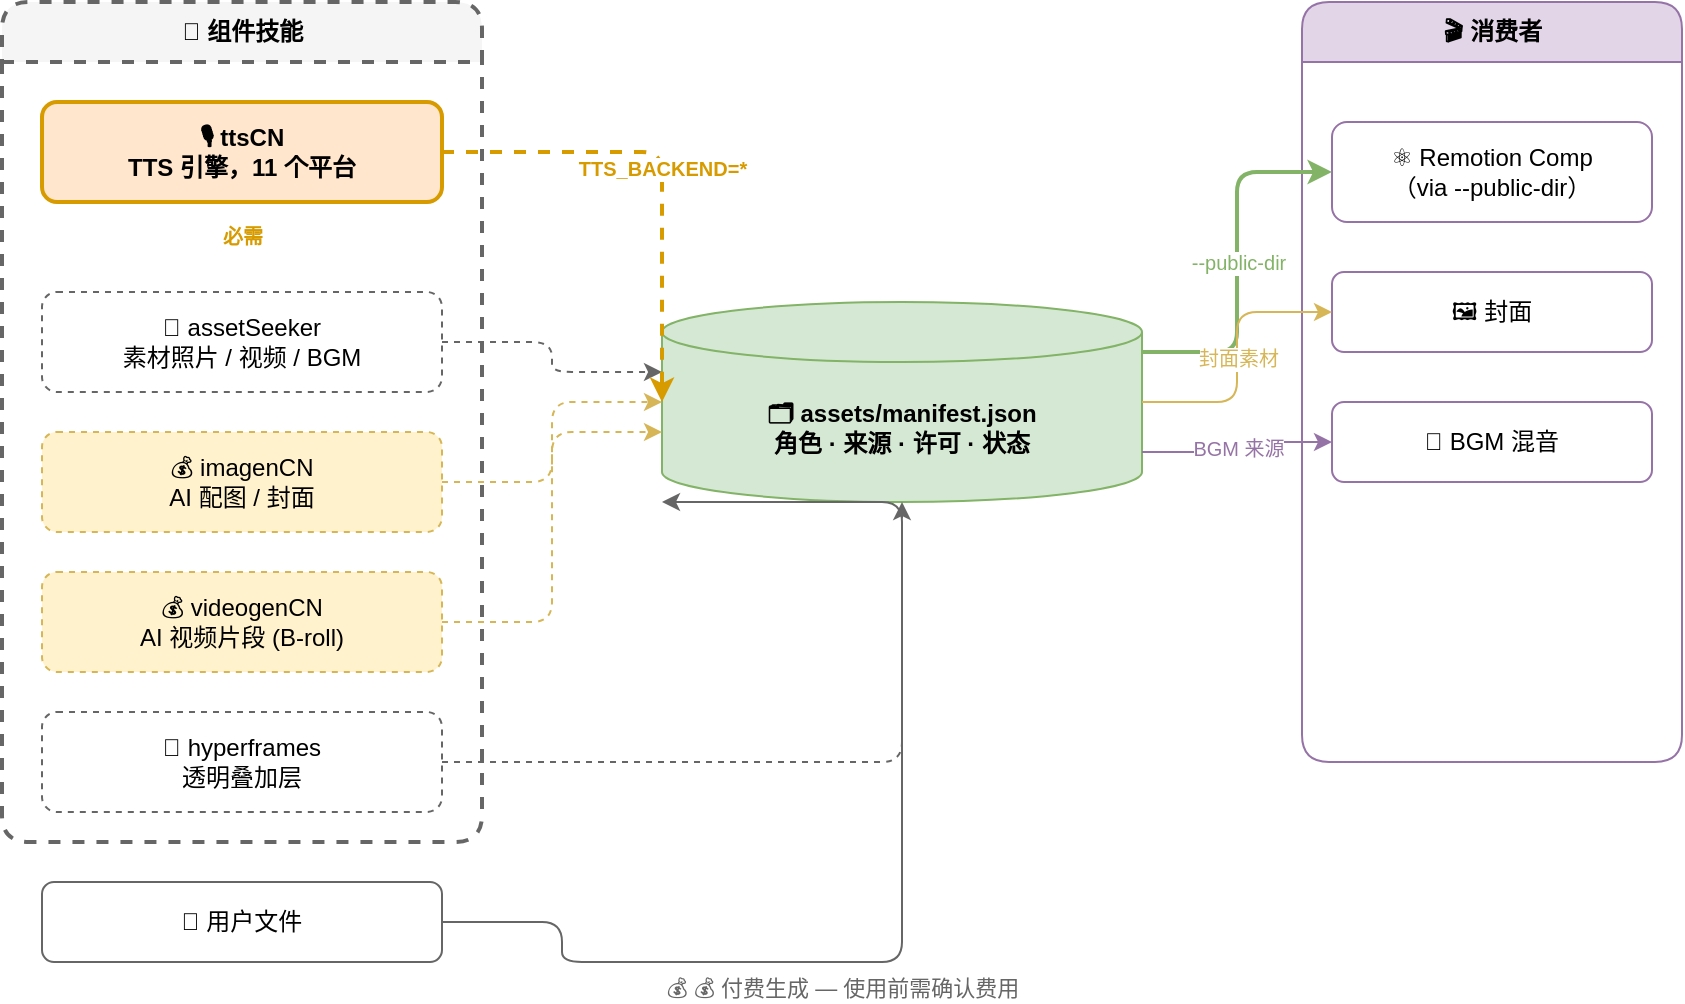
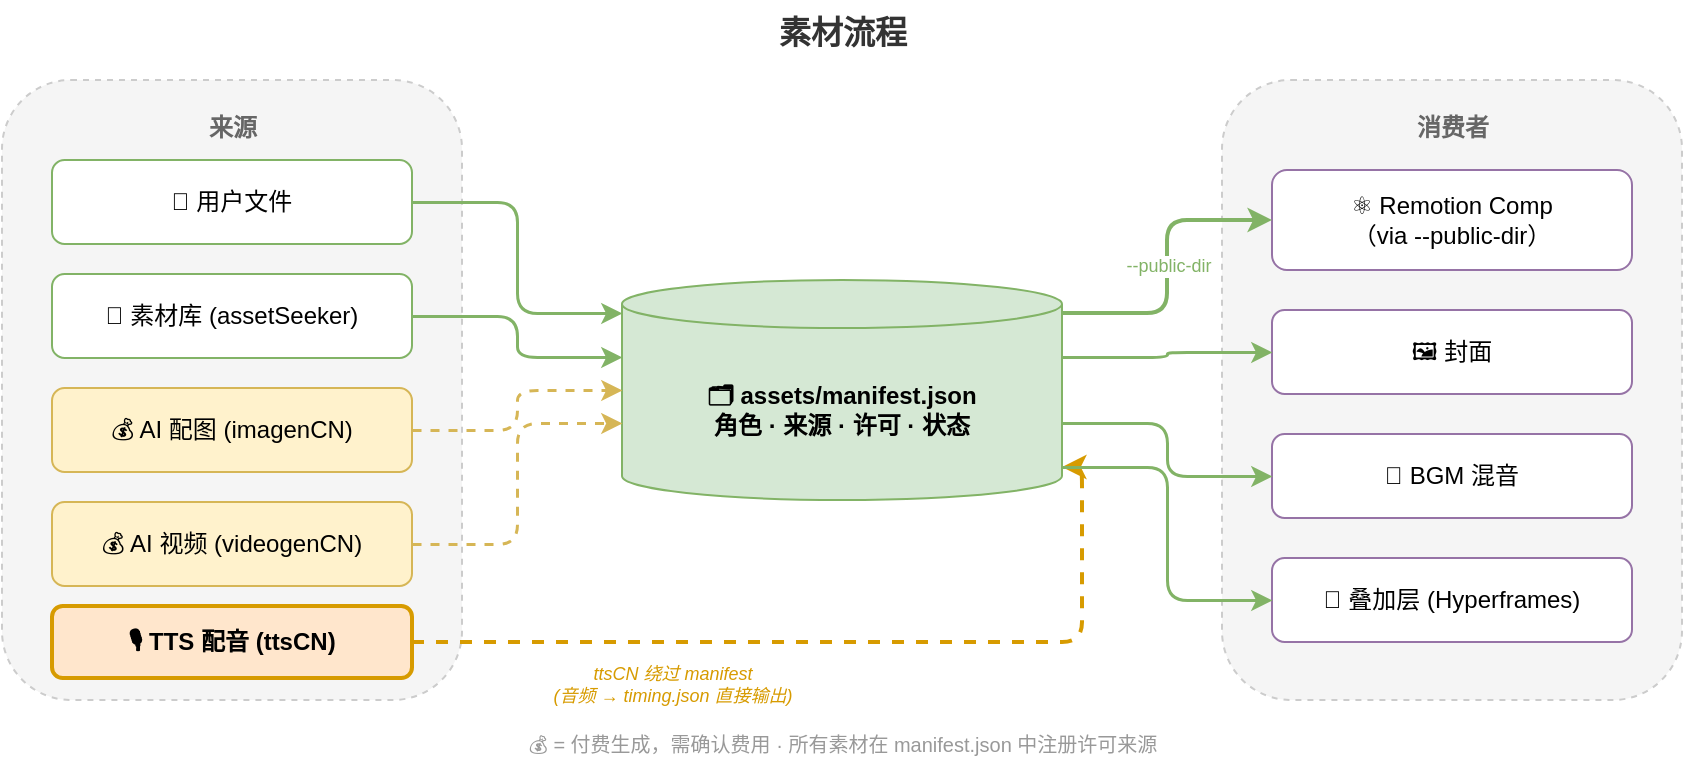
<?xml version="1.0" encoding="UTF-8"?>
<mxfile host="drawio" version="30.2.6">
-   <diagram name="assets">
-     <mxGraphModel dx="900" dy="550" grid="1" gridSize="10" page="1" pageWidth="900" pageHeight="550">
+   <diagram name="flow">
+     <mxGraphModel dx="900" dy="400" grid="1" gridSize="10" page="1" pageWidth="900" pageHeight="400">
      <root>
        <mxCell id="0" />
        <mxCell id="1" parent="0" />

-         <!-- Producers (left) -->
-         <mxCell id="producers" value="🧩 组件技能" style="swimlane;startSize=30;html=1;rounded=1;fillColor=#f5f5f5;strokeColor=#666666;fontStyle=1;dashed=1;strokeWidth=2;" vertex="1" parent="1">
-           <mxGeometry x="30" y="40" width="240" height="420" as="geometry" />
+         <!-- Title -->
+         <mxCell id="title" value="素材流程" style="text;html=1;align=center;fontSize=16;fontStyle=1;fontColor=#333333;" vertex="1" parent="1">
+           <mxGeometry x="300" y="15" width="300" height="30" as="geometry" />
        </mxCell>

-         <!-- ttsCN (REQUIRED, solid) -->
-         <mxCell id="p_ttscn" value="🎙️ ttsCN&#xa;TTS 引擎，11 个平台" style="rounded=1;whiteSpace=wrap;html=1;fillColor=#ffe6cc;strokeColor=#d79b00;strokeWidth=2;fontStyle=1;" vertex="1" parent="producers">
-           <mxGeometry x="20" y="50" width="200" height="50" as="geometry" />
+         <!-- Column 1: Sources -->
+         <mxCell id="sources_bg" value="" style="rounded=1;whiteSpace=wrap;html=1;fillColor=#f5f5f5;strokeColor=#cccccc;dashed=1;" vertex="1" parent="1">
+           <mxGeometry x="30" y="55" width="230" height="310" as="geometry" />
        </mxCell>
-         <mxCell id="p_ttscn_tag" value="必需" style="text;html=1;align=center;fontSize=10;fontColor=#d79b00;fontStyle=1;" vertex="1" parent="producers">
-           <mxGeometry x="20" y="105" width="200" height="16" as="geometry" />
+         <mxCell id="src_label" value="来源" style="text;html=1;align=center;fontSize=12;fontStyle=1;fontColor=#666666;" vertex="1" parent="1">
+           <mxGeometry x="80" y="65" width="130" height="20" as="geometry" />
        </mxCell>

-         <!-- Optional producers -->
-         <mxCell id="p_seeker" value="🔎 assetSeeker&#xa;素材照片 / 视频 / BGM" style="rounded=1;whiteSpace=wrap;html=1;fillColor=#ffffff;strokeColor=#666666;dashed=1;" vertex="1" parent="producers">
-           <mxGeometry x="20" y="145" width="200" height="50" as="geometry" />
+         <mxCell id="src_user" value="📁 用户文件" style="rounded=1;whiteSpace=wrap;html=1;fillColor=#ffffff;strokeColor=#82b366;fontSize=12;" vertex="1" parent="1">
+           <mxGeometry x="55" y="95" width="180" height="42" as="geometry" />
        </mxCell>
-         <mxCell id="p_imagen" value="💰 imagenCN&#xa;AI 配图 / 封面" style="rounded=1;whiteSpace=wrap;html=1;fillColor=#fff2cc;strokeColor=#d6b656;dashed=1;" vertex="1" parent="producers">
-           <mxGeometry x="20" y="215" width="200" height="50" as="geometry" />
+         <mxCell id="src_seeker" value="🔎 素材库 (assetSeeker)" style="rounded=1;whiteSpace=wrap;html=1;fillColor=#ffffff;strokeColor=#82b366;fontSize=12;" vertex="1" parent="1">
+           <mxGeometry x="55" y="152" width="180" height="42" as="geometry" />
        </mxCell>
-         <mxCell id="p_videogen" value="💰 videogenCN&#xa;AI 视频片段 (B-roll)" style="rounded=1;whiteSpace=wrap;html=1;fillColor=#fff2cc;strokeColor=#d6b656;dashed=1;" vertex="1" parent="producers">
-           <mxGeometry x="20" y="285" width="200" height="50" as="geometry" />
+         <mxCell id="src_imagen" value="💰 AI 配图 (imagenCN)" style="rounded=1;whiteSpace=wrap;html=1;fillColor=#fff2cc;strokeColor=#d6b656;fontSize=12;" vertex="1" parent="1">
+           <mxGeometry x="55" y="209" width="180" height="42" as="geometry" />
        </mxCell>
-         <mxCell id="p_hyper" value="🌈 hyperframes&#xa;透明叠加层" style="rounded=1;whiteSpace=wrap;html=1;fillColor=#ffffff;strokeColor=#666666;dashed=1;" vertex="1" parent="producers">
-           <mxGeometry x="20" y="355" width="200" height="50" as="geometry" />
+         <mxCell id="src_videogen" value="💰 AI 视频 (videogenCN)" style="rounded=1;whiteSpace=wrap;html=1;fillColor=#fff2cc;strokeColor=#d6b656;fontSize=12;" vertex="1" parent="1">
+           <mxGeometry x="55" y="266" width="180" height="42" as="geometry" />
+         </mxCell>
+         <mxCell id="src_ttscn" value="🎙️ TTS 配音 (ttsCN)" style="rounded=1;whiteSpace=wrap;html=1;fillColor=#ffe6cc;strokeColor=#d79b00;strokeWidth=2;fontSize=12;fontStyle=1;" vertex="1" parent="1">
+           <mxGeometry x="55" y="318" width="180" height="36" as="geometry" />
        </mxCell>

-         <!-- Also user files -->
-         <mxCell id="p_user" value="📁 用户文件" style="rounded=1;whiteSpace=wrap;html=1;fillColor=#ffffff;strokeColor=#666666;" vertex="1" parent="1">
-           <mxGeometry x="50" y="480" width="200" height="40" as="geometry" />
+         <!-- Column 2: Manifest -->
+         <mxCell id="manifest" value="🗂️ assets/manifest.json&#xa;角色 · 来源 · 许可 · 状态" style="shape=cylinder3;whiteSpace=wrap;html=1;fillColor=#d5e8d4;strokeColor=#82b366;boundedLbl=1;fontStyle=1;size=12;" vertex="1" parent="1">
+           <mxGeometry x="340" y="155" width="220" height="110" as="geometry" />
        </mxCell>

-         <!-- Manifest (center) -->
-         <mxCell id="manifest" value="🗂️ assets/manifest.json&#xa;角色 · 来源 · 许可 · 状态" style="shape=cylinder3;whiteSpace=wrap;html=1;fillColor=#d5e8d4;strokeColor=#82b366;boundedLbl=1;fontStyle=1;size=15;" vertex="1" parent="1">
-           <mxGeometry x="360" y="190" width="240" height="100" as="geometry" />
+         <!-- Column 3: Consumers -->
+         <mxCell id="cons_bg" value="" style="rounded=1;whiteSpace=wrap;html=1;fillColor=#f5f5f5;strokeColor=#cccccc;dashed=1;" vertex="1" parent="1">
+           <mxGeometry x="640" y="55" width="230" height="310" as="geometry" />
+         </mxCell>
+         <mxCell id="cons_label" value="消费者" style="text;html=1;align=center;fontSize=12;fontStyle=1;fontColor=#666666;" vertex="1" parent="1">
+           <mxGeometry x="690" y="65" width="130" height="20" as="geometry" />
        </mxCell>

-         <!-- Consumers (right) -->
-         <mxCell id="consumers" value="🎬 消费者" style="swimlane;startSize=30;html=1;rounded=1;fillColor=#e1d5e7;strokeColor=#9673a6;fontStyle=1;" vertex="1" parent="1">
-           <mxGeometry x="680" y="40" width="190" height="380" as="geometry" />
+         <mxCell id="cons_remotion" value="⚛️ Remotion Comp&#xa;（via --public-dir）" style="rounded=1;whiteSpace=wrap;html=1;fillColor=#ffffff;strokeColor=#9673a6;fontSize=12;" vertex="1" parent="1">
+           <mxGeometry x="665" y="100" width="180" height="50" as="geometry" />
        </mxCell>
-         <mxCell id="c_remotion" value="⚛️ Remotion Comp&#xa;（via --public-dir）" style="rounded=1;whiteSpace=wrap;html=1;fillColor=#ffffff;strokeColor=#9673a6;" vertex="1" parent="consumers">
-           <mxGeometry x="15" y="60" width="160" height="50" as="geometry" />
+         <mxCell id="cons_thumb" value="🖼️ 封面" style="rounded=1;whiteSpace=wrap;html=1;fillColor=#ffffff;strokeColor=#9673a6;fontSize=12;" vertex="1" parent="1">
+           <mxGeometry x="665" y="170" width="180" height="42" as="geometry" />
        </mxCell>
-         <mxCell id="c_thumb" value="🖼️ 封面" style="rounded=1;whiteSpace=wrap;html=1;fillColor=#ffffff;strokeColor=#9673a6;" vertex="1" parent="consumers">
-           <mxGeometry x="15" y="135" width="160" height="40" as="geometry" />
+         <mxCell id="cons_bgm" value="🎵 BGM 混音" style="rounded=1;whiteSpace=wrap;html=1;fillColor=#ffffff;strokeColor=#9673a6;fontSize=12;" vertex="1" parent="1">
+           <mxGeometry x="665" y="232" width="180" height="42" as="geometry" />
        </mxCell>
-         <mxCell id="c_bgm" value="🎵 BGM 混音" style="rounded=1;whiteSpace=wrap;html=1;fillColor=#ffffff;strokeColor=#9673a6;" vertex="1" parent="consumers">
-           <mxGeometry x="15" y="200" width="160" height="40" as="geometry" />
+         <mxCell id="cons_overlay" value="🌈 叠加层 (Hyperframes)" style="rounded=1;whiteSpace=wrap;html=1;fillColor=#ffffff;strokeColor=#9673a6;fontSize=12;" vertex="1" parent="1">
+           <mxGeometry x="665" y="294" width="180" height="42" as="geometry" />
        </mxCell>

-         <!-- Producer → manifest arrows (fan-in) -->
-         <mxCell id="ea_seeker" style="edgeStyle=orthogonalEdgeStyle;rounded=1;html=1;exitX=1;exitY=0.5;entryX=0;entryY=0.35;dashed=1;strokeColor=#666666;" edge="1" parent="1" source="p_seeker" target="manifest">
+         <!-- Arrows: Sources → Manifest (fan-in) -->
+         <mxCell id="a1" style="edgeStyle=orthogonalEdgeStyle;rounded=1;html=1;exitX=1;exitY=0.5;entryX=0;entryY=0.15;strokeWidth=1.5;strokeColor=#82b366;" edge="1" parent="1" source="src_user" target="manifest">
          <mxGeometry relative="1" as="geometry" />
        </mxCell>
-         <mxCell id="ea_imagen" style="edgeStyle=orthogonalEdgeStyle;rounded=1;html=1;exitX=1;exitY=0.5;entryX=0;entryY=0.5;dashed=1;strokeColor=#d6b656;" edge="1" parent="1" source="p_imagen" target="manifest">
+         <mxCell id="a2" style="edgeStyle=orthogonalEdgeStyle;rounded=1;html=1;exitX=1;exitY=0.5;entryX=0;entryY=0.35;strokeWidth=1.5;strokeColor=#82b366;" edge="1" parent="1" source="src_seeker" target="manifest">
          <mxGeometry relative="1" as="geometry" />
        </mxCell>
-         <mxCell id="ea_videogen" style="edgeStyle=orthogonalEdgeStyle;rounded=1;html=1;exitX=1;exitY=0.5;entryX=0;entryY=0.65;dashed=1;strokeColor=#d6b656;" edge="1" parent="1" source="p_videogen" target="manifest">
+         <mxCell id="a3" style="edgeStyle=orthogonalEdgeStyle;rounded=1;html=1;exitX=1;exitY=0.5;entryX=0;entryY=0.5;strokeWidth=1.5;strokeColor=#d6b656;dashed=1;" edge="1" parent="1" source="src_imagen" target="manifest">
          <mxGeometry relative="1" as="geometry" />
        </mxCell>
-         <mxCell id="ea_hyper" style="edgeStyle=orthogonalEdgeStyle;rounded=1;html=1;exitX=1;exitY=0.5;entryX=0.5;entryY=1;dashed=1;strokeColor=#666666;" edge="1" parent="1" source="p_hyper" target="manifest">
+         <mxCell id="a4" style="edgeStyle=orthogonalEdgeStyle;rounded=1;html=1;exitX=1;exitY=0.5;entryX=0;entryY=0.65;strokeWidth=1.5;strokeColor=#d6b656;dashed=1;" edge="1" parent="1" source="src_videogen" target="manifest">
          <mxGeometry relative="1" as="geometry" />
        </mxCell>
-         <mxCell id="ea_user" style="edgeStyle=orthogonalEdgeStyle;rounded=1;html=1;exitX=1;exitY=0.5;entryX=0;entryY=1;strokeColor=#666666;" edge="1" parent="1" source="p_user" target="manifest">
-           <mxGeometry relative="1" as="geometry">
-             <Array as="points">
-               <mxPoint x="310" y="500" />
-               <mxPoint x="310" y="520" />
-               <mxPoint x="480" y="520" />
-             </Array>
-           </mxGeometry>
-         </mxCell>
- 
-         <!-- Manifest → consumer arrows (fan-out) -->
-         <mxCell id="ec_remotion" value="--public-dir" style="edgeStyle=orthogonalEdgeStyle;rounded=1;html=1;exitX=1;exitY=0.25;entryX=0;entryY=0.5;strokeWidth=2;strokeColor=#82b366;fontColor=#82b366;labelBackgroundColor=#ffffff;fontSize=10;" edge="1" parent="1" source="manifest" target="c_remotion">
-           <mxGeometry relative="1" as="geometry" />
-         </mxCell>
-         <mxCell id="ec_thumb" value="封面素材" style="edgeStyle=orthogonalEdgeStyle;rounded=1;html=1;exitX=1;exitY=0.5;entryX=0;entryY=0.5;strokeColor=#d6b656;fontColor=#d6b656;labelBackgroundColor=#ffffff;fontSize=10;" edge="1" parent="1" source="manifest" target="c_thumb">
-           <mxGeometry relative="1" as="geometry" />
-         </mxCell>
-         <mxCell id="ec_bgm" value="BGM 来源" style="edgeStyle=orthogonalEdgeStyle;rounded=1;html=1;exitX=1;exitY=0.75;entryX=0;entryY=0.5;strokeColor=#9673a6;fontColor=#9673a6;labelBackgroundColor=#ffffff;fontSize=10;" edge="1" parent="1" source="manifest" target="c_bgm">
+         <mxCell id="a5" style="edgeStyle=orthogonalEdgeStyle;rounded=1;html=1;exitX=1;exitY=0.5;entryX=1;entryY=0.85;strokeWidth=2;strokeColor=#d79b00;dashed=1;" edge="1" parent="1" source="src_ttscn" target="manifest">
          <mxGeometry relative="1" as="geometry" />
        </mxCell>

-         <!-- ttsCN bypass -->
-         <mxCell id="e_ttscn" value="TTS_BACKEND=*" style="edgeStyle=orthogonalEdgeStyle;rounded=1;html=1;exitX=1;exitY=0.5;entryX=0;entryY=0.5;dashed=1;strokeColor=#d79b00;strokeWidth=2;fontColor=#d79b00;labelBackgroundColor=#ffffff;fontSize=10;fontStyle=1;" edge="1" parent="1" source="p_ttscn" target="manifest">
-           <mxGeometry relative="1" as="geometry">
-             <Array as="points">
-               <mxPoint x="310" y="115" />
-               <mxPoint x="310" y="115" />
-             </Array>
-           </mxGeometry>
+         <!-- Arrows: Manifest → Consumers (fan-out) -->
+         <mxCell id="b1" value="--public-dir" style="edgeStyle=orthogonalEdgeStyle;rounded=1;html=1;exitX=1;exitY=0.15;entryX=0;entryY=0.5;strokeWidth=2;strokeColor=#82b366;fontColor=#82b366;labelBackgroundColor=#ffffff;fontSize=9;" edge="1" parent="1" source="manifest" target="cons_remotion">
+           <mxGeometry relative="1" as="geometry" />
+         </mxCell>
+         <mxCell id="b2" style="edgeStyle=orthogonalEdgeStyle;rounded=1;html=1;exitX=1;exitY=0.35;entryX=0;entryY=0.5;strokeWidth=1.5;strokeColor=#82b366;" edge="1" parent="1" source="manifest" target="cons_thumb">
+           <mxGeometry relative="1" as="geometry" />
+         </mxCell>
+         <mxCell id="b3" style="edgeStyle=orthogonalEdgeStyle;rounded=1;html=1;exitX=1;exitY=0.65;entryX=0;entryY=0.5;strokeWidth=1.5;strokeColor=#82b366;" edge="1" parent="1" source="manifest" target="cons_bgm">
+           <mxGeometry relative="1" as="geometry" />
+         </mxCell>
+         <mxCell id="b4" style="edgeStyle=orthogonalEdgeStyle;rounded=1;html=1;exitX=1;exitY=0.85;entryX=0;entryY=0.5;strokeWidth=1.5;strokeColor=#82b366;" edge="1" parent="1" source="manifest" target="cons_overlay">
+           <mxGeometry relative="1" as="geometry" />
+         </mxCell>
+ 
+         <!-- TTS bypass note -->
+         <mxCell id="bypass_note" value="ttsCN 绕过 manifest&#xa;(音频 → timing.json 直接输出)" style="text;html=1;align=center;fontSize=9;fontColor=#d79b00;fontStyle=2;" vertex="1" parent="1">
+           <mxGeometry x="280" y="340" width="170" height="30" as="geometry" />
        </mxCell>

        <!-- Footer -->
-         <mxCell id="note1" value="💰 💰 付费生成 — 使用前需确认费用" style="text;html=1;align=center;fontSize=11;fontColor=#666666;" vertex="1" parent="1">
-           <mxGeometry x="200" y="520" width="500" height="20" as="geometry" />
+         <mxCell id="footer" value="💰 = 付费生成，需确认费用 · 所有素材在 manifest.json 中注册许可来源" style="text;html=1;align=center;fontSize=10;fontColor=#999999;" vertex="1" parent="1">
+           <mxGeometry x="150" y="375" width="600" height="18" as="geometry" />
        </mxCell>
      </root>
    </mxGraphModel>
  </diagram>
</mxfile>
